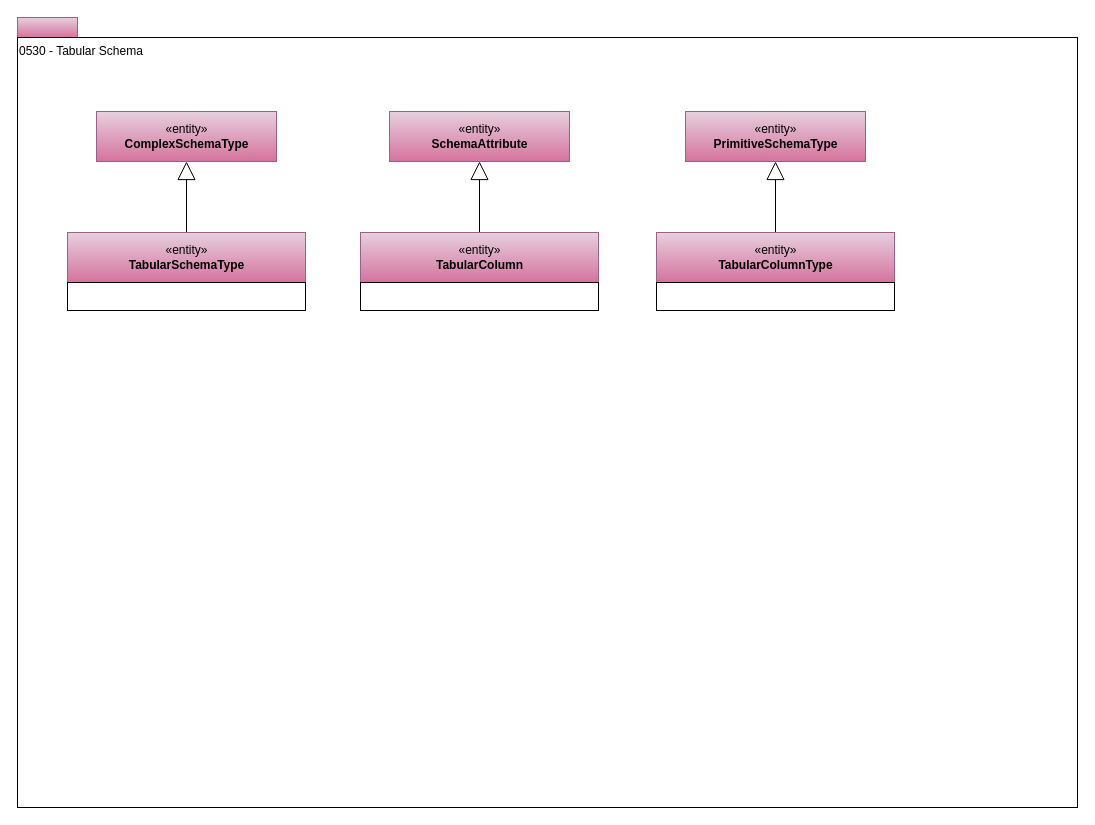
Before: page "0530-Tabular-Schemas" (11 of 27) of open-metadata-publication/website/open-metadata-types/area-5-models-and-schema.drawio in odpi/egeria, a draw.io diagram. Source tidied: cells renumbered, new cells numbered last; positions are measured from the earlier drawing's top-left corner, leaving out a move shared by most shapes. Both pictures are drawn from the tidied source at 100%, with x=0, y=0 at pixel (17, 17).
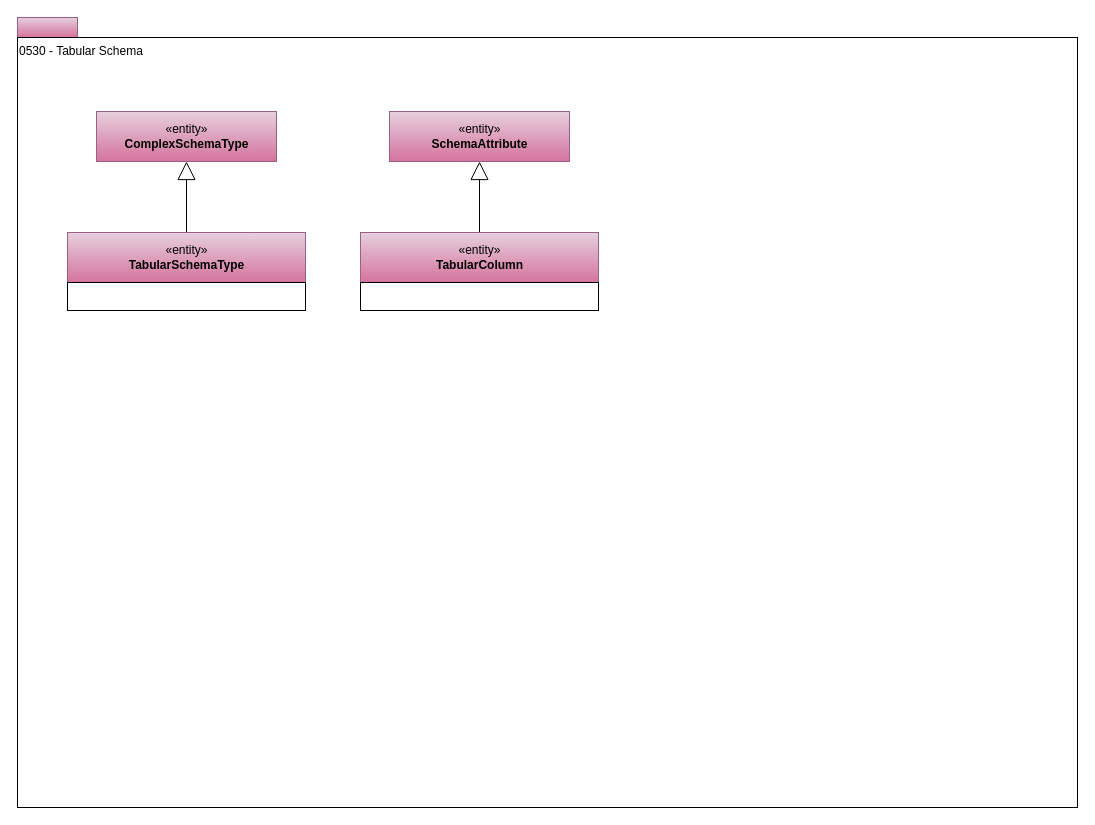
Above is the later version.

The edit, as a diff of the source:
```diff
@@
-    <mxCell id="15" style="edgeStyle=orthogonalEdgeStyle;rounded=0;jettySize=auto;html=1;exitX=0.5;exitY=0;exitDx=0;exitDy=0;startSize=6;endArrow=block;endFill=0;endSize=16;" parent="1" edge="1" source="18" target="16">
-      <mxGeometry relative="1" as="geometry" />
-    </mxCell>
-    <mxCell id="16" value="«entity»&lt;br&gt;&lt;b&gt;PrimitiveSchemaType&lt;/b&gt;" style="html=1;strokeColor=#996185;align=center;fillColor=#e6d0de;gradientColor=#d5739d;" parent="1" vertex="1">
-      <mxGeometry x="668" y="94" width="180" height="50" as="geometry" />
-    </mxCell>
-    <mxCell id="17" style="group;" parent="1" vertex="1">
-      <mxGeometry x="639" y="215" width="238" height="78" as="geometry" />
-    </mxCell>
-    <mxCell id="18" value="«entity»&lt;br&gt;&lt;b&gt;TabularColumnType&lt;/b&gt;" style="html=1;strokeColor=#996185;align=center;fillColor=#e6d0de;gradientColor=#d5739d;" parent="17" vertex="1">
-      <mxGeometry width="238" height="50" as="geometry" />
-    </mxCell>
-    <mxCell id="19" style="rounded=0;whiteSpace=wrap;html=1;strokeColor=#000000;gradientColor=#ffffff;align=left;" parent="17" vertex="1">
-      <mxGeometry y="50" width="238" height="28" as="geometry" />
-    </mxCell>
```
